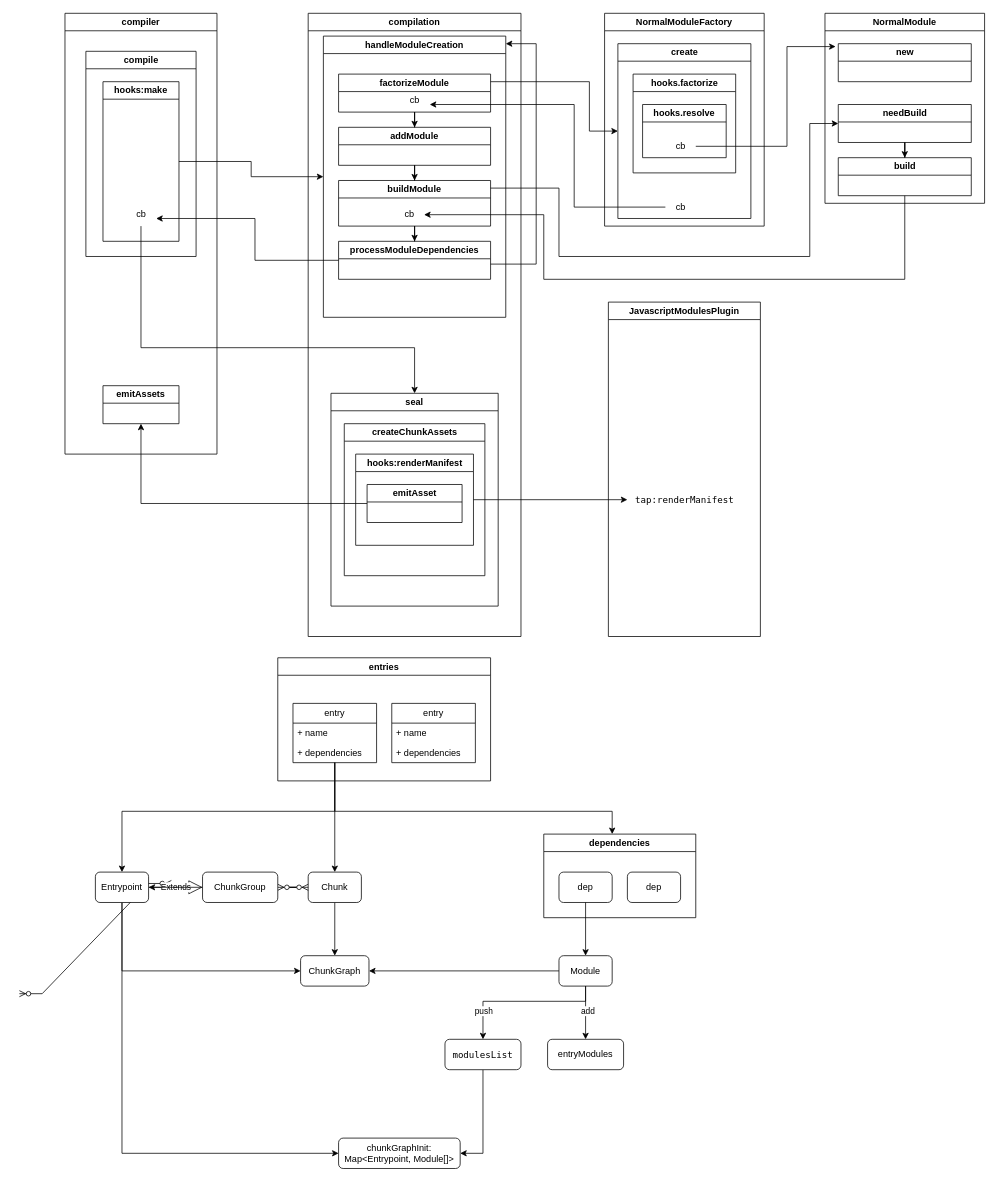
Earlier version of the draw.io diagram webpack.drawio (ahtimeflies/drawio). Source tidied: cells renumbered, new cells numbered last; positions are measured from the earlier drawing's top-left corner, leaving out a move shared by most shapes. Both pictures are drawn from the tidied source at 76%, with x=0, y=0 at pixel (19, 13).
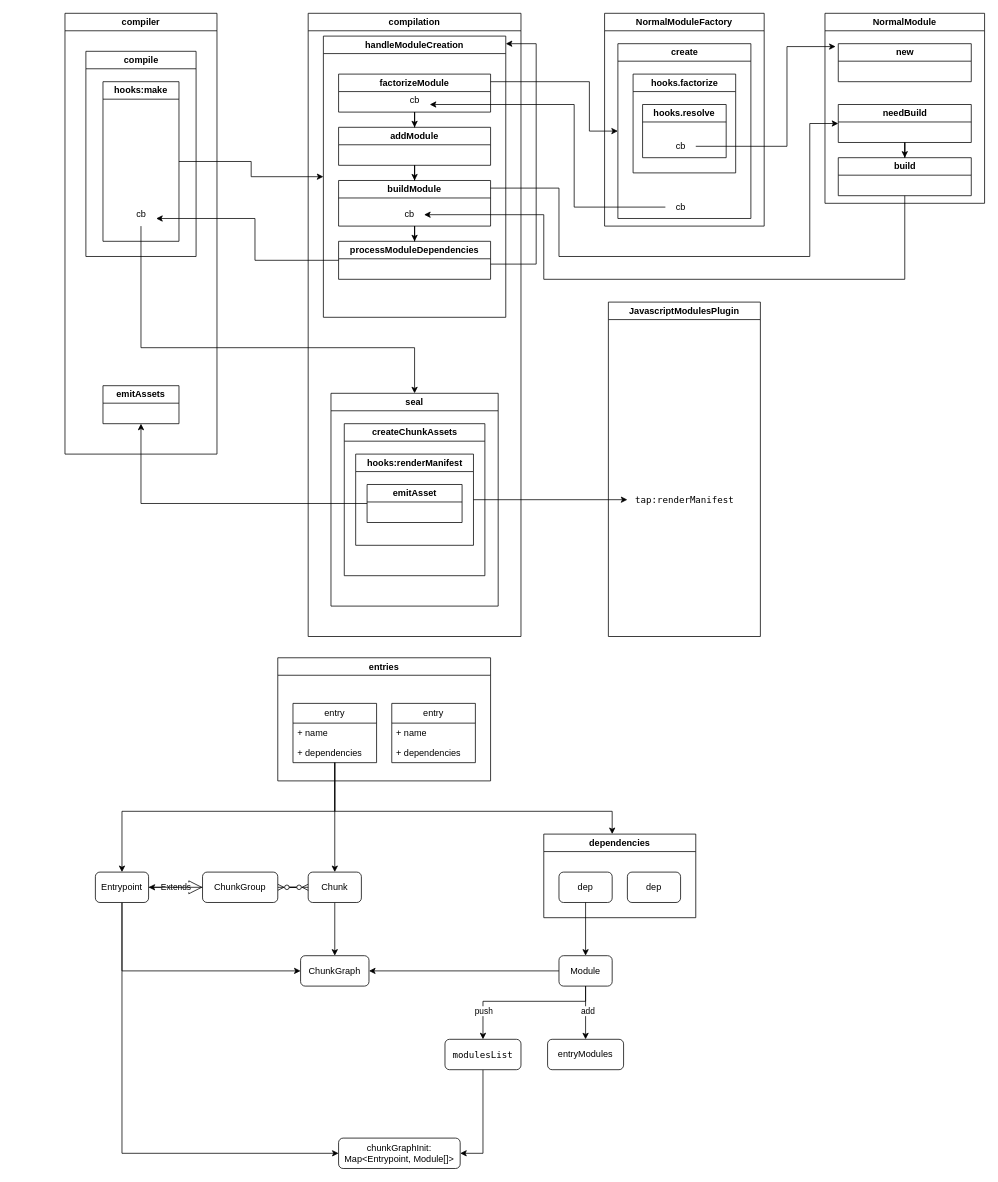
Above is the later version.

Diff of the diagram source:
```diff
@@
-    <mxCell id="46" style="edgeStyle=entityRelationEdgeStyle;fontSize=12;html=1;endArrow=ERzeroToMany;endFill=1;startArrow=ERzeroToMany;rounded=0;" parent="1" edge="1">
-      <mxGeometry relative="1" as="geometry">
-        <mxPoint y="1290" as="sourcePoint" />
-        <mxPoint x="200" y="1145" as="targetPoint" />
-      </mxGeometry>
-    </mxCell>
```
